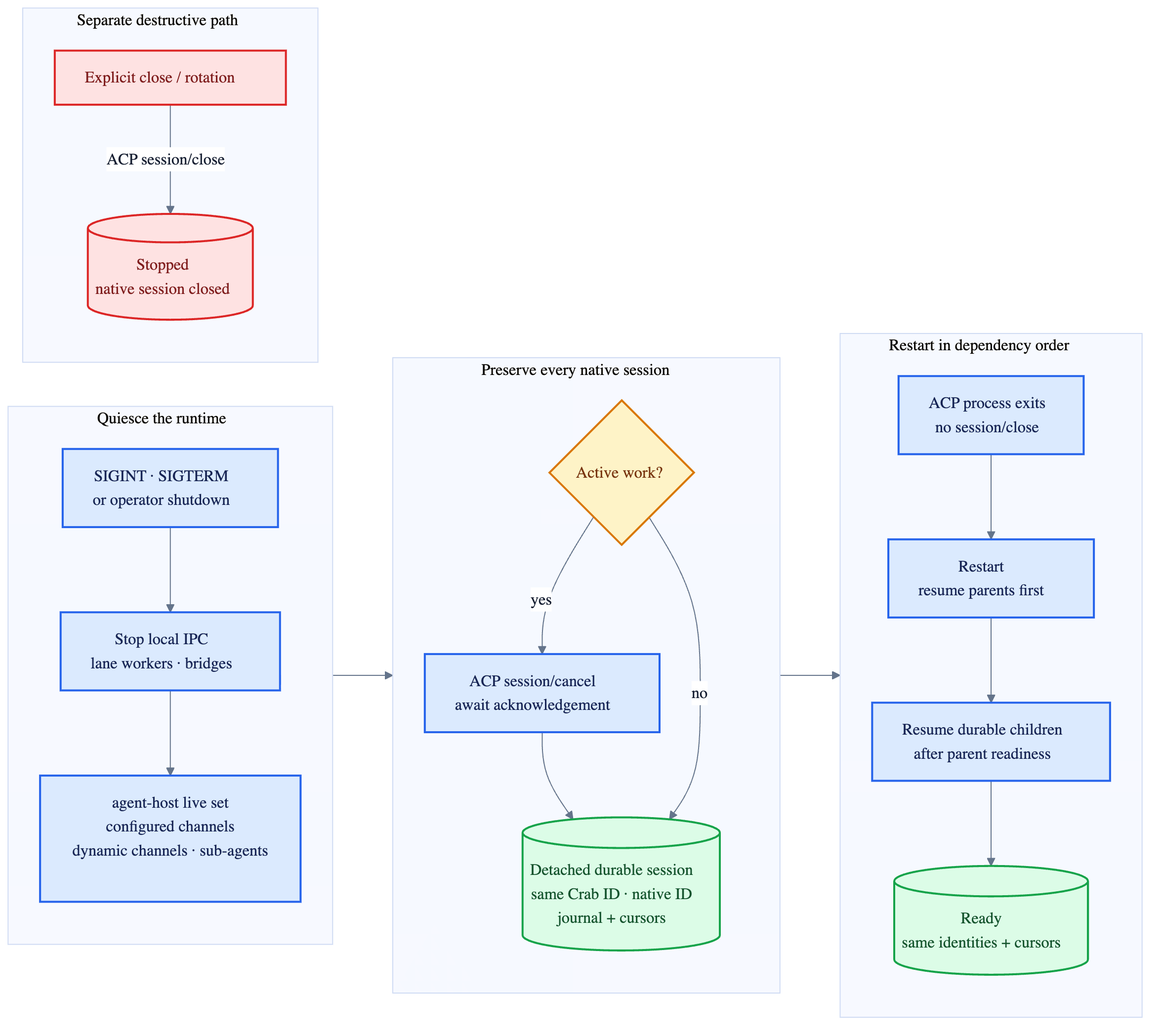
Earlier version of the Mermaid export v2/docs/runtime-detach-flow.png (fontanierh/crab). Its source is kept beside it as v2/docs/runtime-detach-flow.mmd.
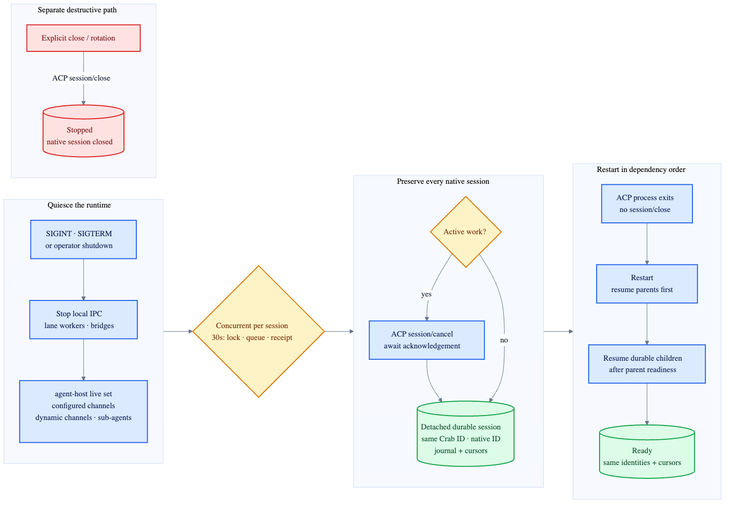
Above is the later version.

Commit message:
fix(v2): bound session control waits (#312)

Diff of the diagram source:
```diff
@@ -3,6 +3,7 @@
     STOP["SIGINT · SIGTERM<br/>or operator shutdown"]
     QUIESCE["Stop local IPC<br/>lane workers · bridges"]
     SNAPSHOT["agent-host live set<br/>configured channels<br/>dynamic channels · sub-agents"]
+    DEADLINE{"Concurrent per session<br/>30s: lock · queue · receipt"}
     BUSY{"Active work?"}
     CANCEL["ACP session/cancel<br/>await acknowledgement"]
     DETACHED[("Detached durable session<br/>same Crab ID · native ID<br/>journal + cursors")]
@@ -31,7 +32,7 @@
         CLOSE -->|"ACP session/close"| DESTROY
     end
 
-    SNAPSHOT --> BUSY
+    SNAPSHOT --> DEADLINE --> BUSY
     DETACHED --> EXIT
 
     classDef runtime fill:#dbeafe,stroke:#2563eb,stroke-width:2px,color:#172554;
@@ -41,5 +42,5 @@
 
     class STOP,QUIESCE,SNAPSHOT,CANCEL,EXIT,PARENT,CHILD runtime;
     class DETACHED,READY durable;
-    class BUSY gate;
+    class DEADLINE,BUSY gate;
     class CLOSE,DESTROY destructive;
```
